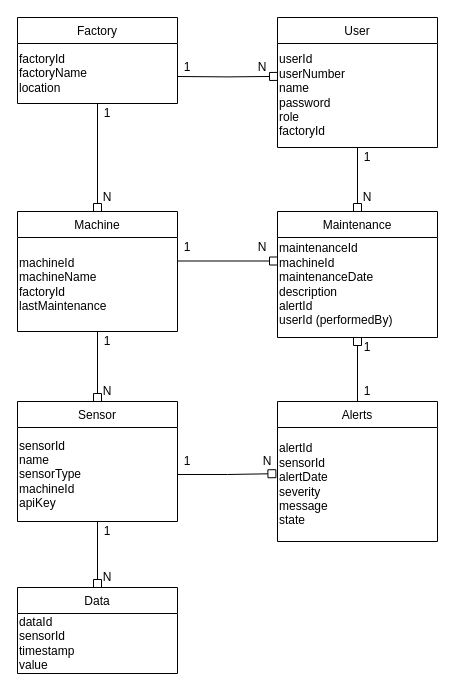
This is bd_sidm.drawio from Fiteira/ipv-SIDM-project, a draw.io file, before an edit. Source tidied: cells renumbered, new cells numbered last; positions are measured from the earlier drawing's top-left corner, leaving out a move shared by most shapes. Both pictures are drawn from the tidied source at 100%, with x=0, y=0 at pixel (17, 17).
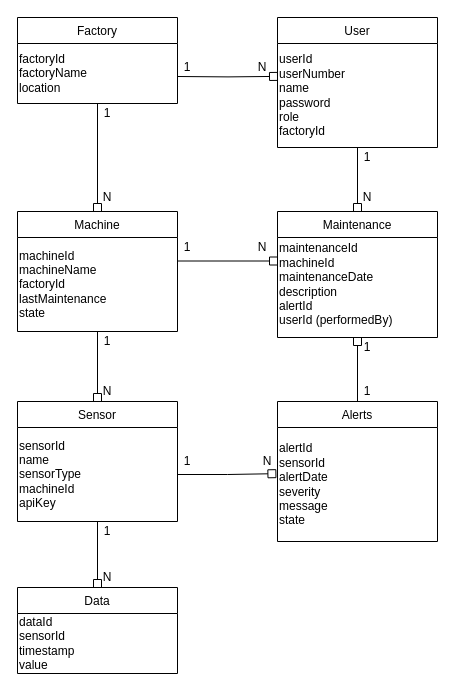
Above is the later version.

Unchanged cells that the change refers to:
```xml
<mxCell id="5" value="Machine" style="swimlane;fontStyle=0;align=center;verticalAlign=top;horizontal=1;startSize=26;rounded=0;shadow=0;strokeWidth=1;" parent="1" vertex="1">
  <mxGeometry y="194" width="160" height="120" as="geometry" />
</mxCell>
```

The edit, as a diff of the source:
```diff
@@
-    <mxCell id="6" value="&lt;div&gt;machineId&lt;/div&gt;&lt;div&gt;machineName&lt;/div&gt;&lt;div&gt;factoryId&lt;br&gt;lastMaintenance&lt;/div&gt;" style="text;html=1;align=left;verticalAlign=middle;whiteSpace=wrap;rounded=0;" parent="5" vertex="1">
+    <mxCell id="6" value="&lt;div&gt;machineId&lt;/div&gt;&lt;div&gt;machineName&lt;/div&gt;&lt;div&gt;factoryId&lt;br&gt;lastMaintenance&lt;/div&gt;&lt;div&gt;state&lt;br&gt;&lt;/div&gt;" style="text;html=1;align=left;verticalAlign=middle;whiteSpace=wrap;rounded=0;" parent="5" vertex="1">
       <mxGeometry y="26" width="160" height="94" as="geometry" />
     </mxCell>
```
